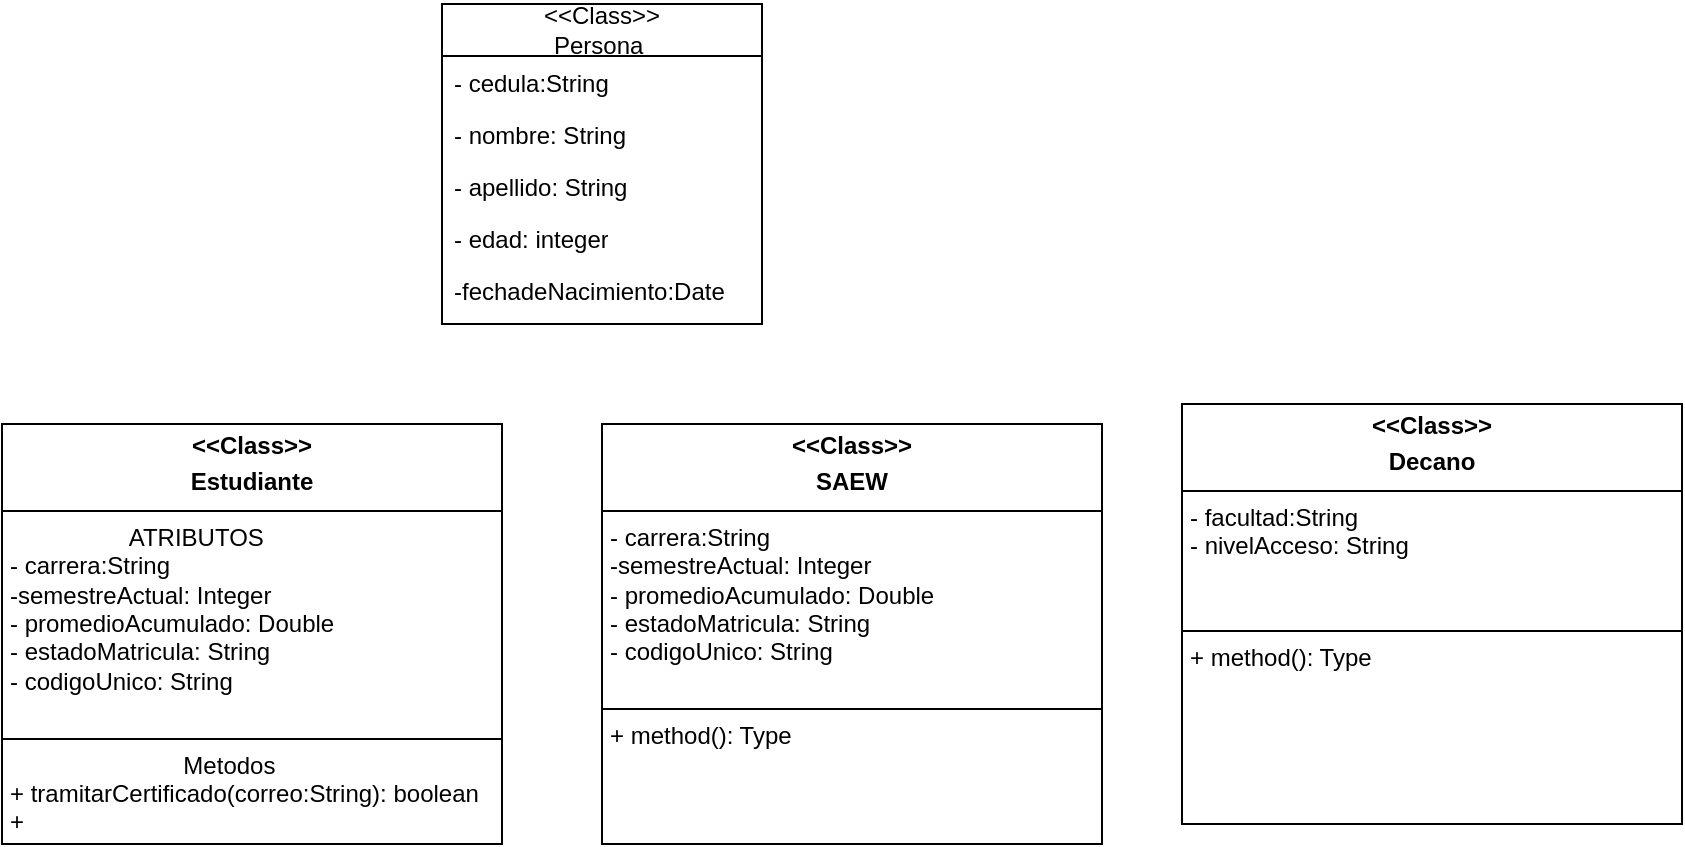
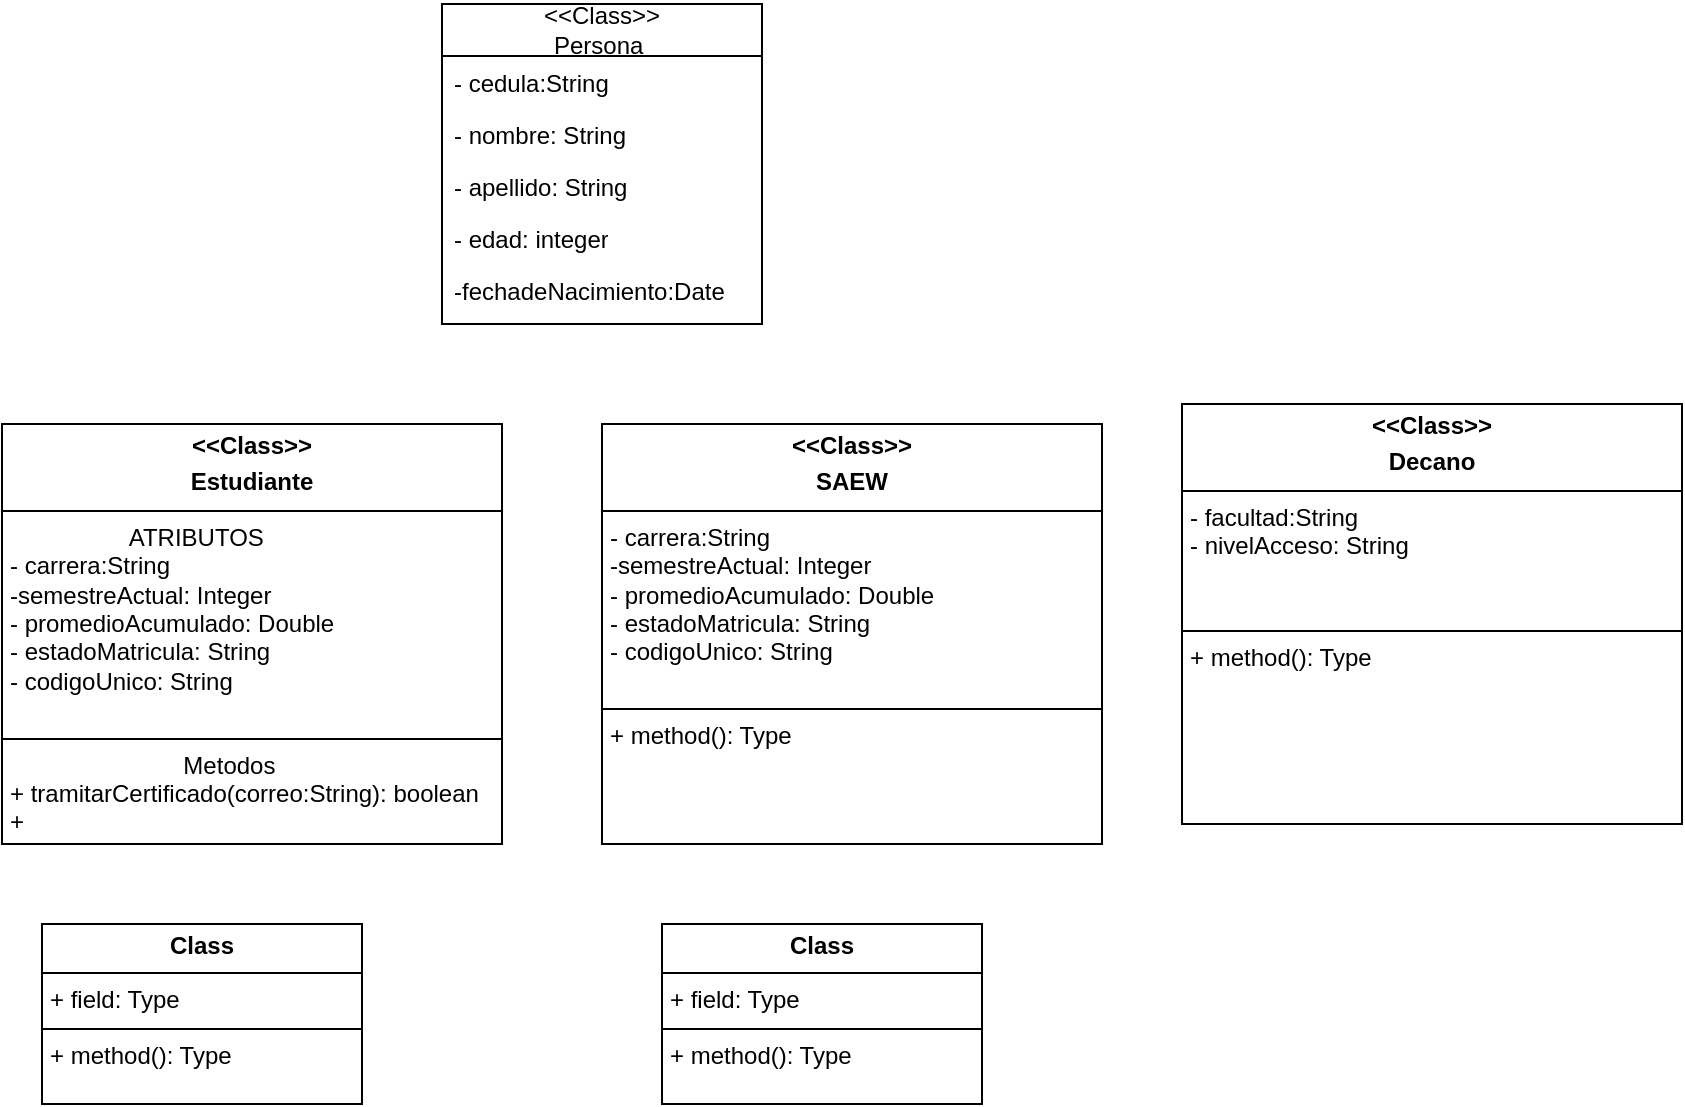
<mxfile host="65bd71144e">
    <diagram id="fWbDRMDBHh-E0PGJalJB" name="Page-1">
-         <mxGraphModel dx="1465" dy="467" grid="1" gridSize="10" guides="1" tooltips="1" connect="1" arrows="1" fold="1" page="1" pageScale="1" pageWidth="850" pageHeight="1100" math="0" shadow="0">
+         <mxGraphModel dx="1953" dy="667" grid="1" gridSize="10" guides="1" tooltips="1" connect="1" arrows="1" fold="1" page="1" pageScale="1" pageWidth="850" pageHeight="1100" math="0" shadow="0">
            <root>
                <mxCell id="0"/>
                <mxCell id="1" parent="0"/>
-                 <mxCell id="2" value="&amp;lt;&amp;lt;Class&amp;gt;&amp;gt;&lt;div&gt;Persona&amp;nbsp;&lt;/div&gt;" style="swimlane;fontStyle=0;childLayout=stackLayout;horizontal=1;startSize=26;fillColor=none;horizontalStack=0;resizeParent=1;resizeParentMax=0;resizeLast=0;collapsible=1;marginBottom=0;whiteSpace=wrap;html=1;" vertex="1" parent="1">
+                 <mxCell id="2" value="&amp;lt;&amp;lt;Class&amp;gt;&amp;gt;&lt;div&gt;Persona&amp;nbsp;&lt;/div&gt;" style="swimlane;fontStyle=0;childLayout=stackLayout;horizontal=1;startSize=26;fillColor=none;horizontalStack=0;resizeParent=1;resizeParentMax=0;resizeLast=0;collapsible=1;marginBottom=0;whiteSpace=wrap;html=1;" parent="1" vertex="1">
                    <mxGeometry x="190" y="110" width="160" height="160" as="geometry"/>
                </mxCell>
-                 <mxCell id="3" value="- cedula:String" style="text;strokeColor=none;fillColor=none;align=left;verticalAlign=top;spacingLeft=4;spacingRight=4;overflow=hidden;rotatable=0;points=[[0,0.5],[1,0.5]];portConstraint=eastwest;whiteSpace=wrap;html=1;" vertex="1" parent="2">
+                 <mxCell id="3" value="- cedula:String" style="text;strokeColor=none;fillColor=none;align=left;verticalAlign=top;spacingLeft=4;spacingRight=4;overflow=hidden;rotatable=0;points=[[0,0.5],[1,0.5]];portConstraint=eastwest;whiteSpace=wrap;html=1;" parent="2" vertex="1">
                    <mxGeometry y="26" width="160" height="26" as="geometry"/>
                </mxCell>
-                 <mxCell id="7" value="- nombre: String" style="text;strokeColor=none;fillColor=none;align=left;verticalAlign=top;spacingLeft=4;spacingRight=4;overflow=hidden;rotatable=0;points=[[0,0.5],[1,0.5]];portConstraint=eastwest;whiteSpace=wrap;html=1;" vertex="1" parent="2">
+                 <mxCell id="7" value="- nombre: String" style="text;strokeColor=none;fillColor=none;align=left;verticalAlign=top;spacingLeft=4;spacingRight=4;overflow=hidden;rotatable=0;points=[[0,0.5],[1,0.5]];portConstraint=eastwest;whiteSpace=wrap;html=1;" parent="2" vertex="1">
                    <mxGeometry y="52" width="160" height="26" as="geometry"/>
                </mxCell>
-                 <mxCell id="6" value="- apellido: String" style="text;strokeColor=none;fillColor=none;align=left;verticalAlign=top;spacingLeft=4;spacingRight=4;overflow=hidden;rotatable=0;points=[[0,0.5],[1,0.5]];portConstraint=eastwest;whiteSpace=wrap;html=1;" vertex="1" parent="2">
+                 <mxCell id="6" value="- apellido: String" style="text;strokeColor=none;fillColor=none;align=left;verticalAlign=top;spacingLeft=4;spacingRight=4;overflow=hidden;rotatable=0;points=[[0,0.5],[1,0.5]];portConstraint=eastwest;whiteSpace=wrap;html=1;" parent="2" vertex="1">
                    <mxGeometry y="78" width="160" height="26" as="geometry"/>
                </mxCell>
-                 <mxCell id="5" value="- edad: integer" style="text;strokeColor=none;fillColor=none;align=left;verticalAlign=top;spacingLeft=4;spacingRight=4;overflow=hidden;rotatable=0;points=[[0,0.5],[1,0.5]];portConstraint=eastwest;whiteSpace=wrap;html=1;" vertex="1" parent="2">
+                 <mxCell id="5" value="- edad: integer" style="text;strokeColor=none;fillColor=none;align=left;verticalAlign=top;spacingLeft=4;spacingRight=4;overflow=hidden;rotatable=0;points=[[0,0.5],[1,0.5]];portConstraint=eastwest;whiteSpace=wrap;html=1;" parent="2" vertex="1">
                    <mxGeometry y="104" width="160" height="26" as="geometry"/>
                </mxCell>
-                 <mxCell id="4" value="-fechadeNacimiento:Date" style="text;strokeColor=none;fillColor=none;align=left;verticalAlign=top;spacingLeft=4;spacingRight=4;overflow=hidden;rotatable=0;points=[[0,0.5],[1,0.5]];portConstraint=eastwest;whiteSpace=wrap;html=1;" vertex="1" parent="2">
+                 <mxCell id="4" value="-fechadeNacimiento:Date" style="text;strokeColor=none;fillColor=none;align=left;verticalAlign=top;spacingLeft=4;spacingRight=4;overflow=hidden;rotatable=0;points=[[0,0.5],[1,0.5]];portConstraint=eastwest;whiteSpace=wrap;html=1;" parent="2" vertex="1">
                    <mxGeometry y="130" width="160" height="30" as="geometry"/>
                </mxCell>
-                 <mxCell id="10" value="&lt;p style=&quot;margin:0px;margin-top:4px;text-align:center;&quot;&gt;&lt;b&gt;&amp;lt;&amp;lt;Class&amp;gt;&amp;gt;&lt;/b&gt;&lt;/p&gt;&lt;p style=&quot;margin:0px;margin-top:4px;text-align:center;&quot;&gt;&lt;b&gt;Estudiante&lt;/b&gt;&lt;/p&gt;&lt;hr size=&quot;1&quot; style=&quot;border-style:solid;&quot;&gt;&lt;p style=&quot;text-align: justify; margin: 0px 0px 0px 4px;&quot;&gt;&amp;nbsp; &amp;nbsp; &amp;nbsp; &amp;nbsp; &amp;nbsp; &amp;nbsp; &amp;nbsp; &amp;nbsp; &amp;nbsp; ATRIBUTOS&lt;/p&gt;&lt;p style=&quot;text-align: justify; margin: 0px 0px 0px 4px;&quot;&gt;- carrera:String&amp;nbsp;&lt;/p&gt;&lt;p style=&quot;margin:0px;margin-left:4px;&quot;&gt;-semestreActual: Integer&lt;/p&gt;&lt;p style=&quot;margin:0px;margin-left:4px;&quot;&gt;- promedioAcumulado: Double&lt;/p&gt;&lt;p style=&quot;margin:0px;margin-left:4px;&quot;&gt;- estadoMatricula: String&lt;/p&gt;&lt;p style=&quot;margin:0px;margin-left:4px;&quot;&gt;- codigoUnico: String&lt;/p&gt;&lt;p style=&quot;margin:0px;margin-left:4px;&quot;&gt;&lt;br&gt;&lt;/p&gt;&lt;hr size=&quot;1&quot; style=&quot;border-style:solid;&quot;&gt;&lt;p style=&quot;margin:0px;margin-left:4px;&quot;&gt;&amp;nbsp; &amp;nbsp; &amp;nbsp; &amp;nbsp; &amp;nbsp; &amp;nbsp; &amp;nbsp; &amp;nbsp; &amp;nbsp; &amp;nbsp; &amp;nbsp; &amp;nbsp; &amp;nbsp; Metodos&lt;/p&gt;&lt;p style=&quot;margin:0px;margin-left:4px;&quot;&gt;+ tramitarCertificado(correo:String): boolean&lt;/p&gt;&lt;p style=&quot;margin:0px;margin-left:4px;&quot;&gt;+&amp;nbsp;&lt;/p&gt;" style="verticalAlign=top;align=left;overflow=fill;html=1;whiteSpace=wrap;" vertex="1" parent="1">
+                 <mxCell id="10" value="&lt;p style=&quot;margin:0px;margin-top:4px;text-align:center;&quot;&gt;&lt;b&gt;&amp;lt;&amp;lt;Class&amp;gt;&amp;gt;&lt;/b&gt;&lt;/p&gt;&lt;p style=&quot;margin:0px;margin-top:4px;text-align:center;&quot;&gt;&lt;b&gt;Estudiante&lt;/b&gt;&lt;/p&gt;&lt;hr size=&quot;1&quot; style=&quot;border-style:solid;&quot;&gt;&lt;p style=&quot;text-align: justify; margin: 0px 0px 0px 4px;&quot;&gt;&amp;nbsp; &amp;nbsp; &amp;nbsp; &amp;nbsp; &amp;nbsp; &amp;nbsp; &amp;nbsp; &amp;nbsp; &amp;nbsp; ATRIBUTOS&lt;/p&gt;&lt;p style=&quot;text-align: justify; margin: 0px 0px 0px 4px;&quot;&gt;- carrera:String&amp;nbsp;&lt;/p&gt;&lt;p style=&quot;margin:0px;margin-left:4px;&quot;&gt;-semestreActual: Integer&lt;/p&gt;&lt;p style=&quot;margin:0px;margin-left:4px;&quot;&gt;- promedioAcumulado: Double&lt;/p&gt;&lt;p style=&quot;margin:0px;margin-left:4px;&quot;&gt;- estadoMatricula: String&lt;/p&gt;&lt;p style=&quot;margin:0px;margin-left:4px;&quot;&gt;- codigoUnico: String&lt;/p&gt;&lt;p style=&quot;margin:0px;margin-left:4px;&quot;&gt;&lt;br&gt;&lt;/p&gt;&lt;hr size=&quot;1&quot; style=&quot;border-style:solid;&quot;&gt;&lt;p style=&quot;margin:0px;margin-left:4px;&quot;&gt;&amp;nbsp; &amp;nbsp; &amp;nbsp; &amp;nbsp; &amp;nbsp; &amp;nbsp; &amp;nbsp; &amp;nbsp; &amp;nbsp; &amp;nbsp; &amp;nbsp; &amp;nbsp; &amp;nbsp; Metodos&lt;/p&gt;&lt;p style=&quot;margin:0px;margin-left:4px;&quot;&gt;+ tramitarCertificado(correo:String): boolean&lt;/p&gt;&lt;p style=&quot;margin:0px;margin-left:4px;&quot;&gt;+&amp;nbsp;&lt;/p&gt;" style="verticalAlign=top;align=left;overflow=fill;html=1;whiteSpace=wrap;" parent="1" vertex="1">
                    <mxGeometry x="-30" y="320" width="250" height="210" as="geometry"/>
                </mxCell>
-                 <mxCell id="13" value="&lt;p style=&quot;margin:0px;margin-top:4px;text-align:center;&quot;&gt;&lt;b&gt;&amp;lt;&amp;lt;Class&amp;gt;&amp;gt;&lt;/b&gt;&lt;/p&gt;&lt;p style=&quot;margin:0px;margin-top:4px;text-align:center;&quot;&gt;&lt;b&gt;SAEW&lt;/b&gt;&lt;/p&gt;&lt;hr size=&quot;1&quot; style=&quot;border-style:solid;&quot;&gt;&lt;p style=&quot;margin:0px;margin-left:4px;&quot;&gt;- carrera:String&amp;nbsp;&lt;/p&gt;&lt;p style=&quot;margin:0px;margin-left:4px;&quot;&gt;-semestreActual: Integer&lt;/p&gt;&lt;p style=&quot;margin:0px;margin-left:4px;&quot;&gt;- promedioAcumulado: Double&lt;/p&gt;&lt;p style=&quot;margin:0px;margin-left:4px;&quot;&gt;- estadoMatricula: String&lt;/p&gt;&lt;p style=&quot;margin:0px;margin-left:4px;&quot;&gt;- codigoUnico: String&lt;/p&gt;&lt;p style=&quot;margin:0px;margin-left:4px;&quot;&gt;&lt;br&gt;&lt;/p&gt;&lt;hr size=&quot;1&quot; style=&quot;border-style:solid;&quot;&gt;&lt;p style=&quot;margin:0px;margin-left:4px;&quot;&gt;+ method(): Type&lt;/p&gt;" style="verticalAlign=top;align=left;overflow=fill;html=1;whiteSpace=wrap;" vertex="1" parent="1">
+                 <mxCell id="13" value="&lt;p style=&quot;margin:0px;margin-top:4px;text-align:center;&quot;&gt;&lt;b&gt;&amp;lt;&amp;lt;Class&amp;gt;&amp;gt;&lt;/b&gt;&lt;/p&gt;&lt;p style=&quot;margin:0px;margin-top:4px;text-align:center;&quot;&gt;&lt;b&gt;SAEW&lt;/b&gt;&lt;/p&gt;&lt;hr size=&quot;1&quot; style=&quot;border-style:solid;&quot;&gt;&lt;p style=&quot;margin:0px;margin-left:4px;&quot;&gt;- carrera:String&amp;nbsp;&lt;/p&gt;&lt;p style=&quot;margin:0px;margin-left:4px;&quot;&gt;-semestreActual: Integer&lt;/p&gt;&lt;p style=&quot;margin:0px;margin-left:4px;&quot;&gt;- promedioAcumulado: Double&lt;/p&gt;&lt;p style=&quot;margin:0px;margin-left:4px;&quot;&gt;- estadoMatricula: String&lt;/p&gt;&lt;p style=&quot;margin:0px;margin-left:4px;&quot;&gt;- codigoUnico: String&lt;/p&gt;&lt;p style=&quot;margin:0px;margin-left:4px;&quot;&gt;&lt;br&gt;&lt;/p&gt;&lt;hr size=&quot;1&quot; style=&quot;border-style:solid;&quot;&gt;&lt;p style=&quot;margin:0px;margin-left:4px;&quot;&gt;+ method(): Type&lt;/p&gt;" style="verticalAlign=top;align=left;overflow=fill;html=1;whiteSpace=wrap;" parent="1" vertex="1">
                    <mxGeometry x="270" y="320" width="250" height="210" as="geometry"/>
                </mxCell>
-                 <mxCell id="14" value="&lt;p style=&quot;margin:0px;margin-top:4px;text-align:center;&quot;&gt;&lt;b&gt;&amp;lt;&amp;lt;Class&amp;gt;&amp;gt;&lt;/b&gt;&lt;/p&gt;&lt;p style=&quot;margin:0px;margin-top:4px;text-align:center;&quot;&gt;&lt;b&gt;Decano&lt;/b&gt;&lt;/p&gt;&lt;hr size=&quot;1&quot; style=&quot;border-style:solid;&quot;&gt;&lt;p style=&quot;margin:0px;margin-left:4px;&quot;&gt;- facultad:String&amp;nbsp;&lt;/p&gt;&lt;p style=&quot;margin:0px;margin-left:4px;&quot;&gt;- nivelAcceso: String&lt;/p&gt;&lt;p style=&quot;margin:0px;margin-left:4px;&quot;&gt;&lt;br&gt;&lt;/p&gt;&lt;p style=&quot;margin:0px;margin-left:4px;&quot;&gt;&lt;br&gt;&lt;/p&gt;&lt;hr size=&quot;1&quot; style=&quot;border-style:solid;&quot;&gt;&lt;p style=&quot;margin:0px;margin-left:4px;&quot;&gt;+ method(): Type&lt;/p&gt;" style="verticalAlign=top;align=left;overflow=fill;html=1;whiteSpace=wrap;" vertex="1" parent="1">
+                 <mxCell id="14" value="&lt;p style=&quot;margin:0px;margin-top:4px;text-align:center;&quot;&gt;&lt;b&gt;&amp;lt;&amp;lt;Class&amp;gt;&amp;gt;&lt;/b&gt;&lt;/p&gt;&lt;p style=&quot;margin:0px;margin-top:4px;text-align:center;&quot;&gt;&lt;b&gt;Decano&lt;/b&gt;&lt;/p&gt;&lt;hr size=&quot;1&quot; style=&quot;border-style:solid;&quot;&gt;&lt;p style=&quot;margin:0px;margin-left:4px;&quot;&gt;- facultad:String&amp;nbsp;&lt;/p&gt;&lt;p style=&quot;margin:0px;margin-left:4px;&quot;&gt;- nivelAcceso: String&lt;/p&gt;&lt;p style=&quot;margin:0px;margin-left:4px;&quot;&gt;&lt;br&gt;&lt;/p&gt;&lt;p style=&quot;margin:0px;margin-left:4px;&quot;&gt;&lt;br&gt;&lt;/p&gt;&lt;hr size=&quot;1&quot; style=&quot;border-style:solid;&quot;&gt;&lt;p style=&quot;margin:0px;margin-left:4px;&quot;&gt;+ method(): Type&lt;/p&gt;" style="verticalAlign=top;align=left;overflow=fill;html=1;whiteSpace=wrap;" parent="1" vertex="1">
                    <mxGeometry x="560" y="310" width="250" height="210" as="geometry"/>
+                 </mxCell>
+                 <mxCell id="15" value="&lt;p style=&quot;margin:0px;margin-top:4px;text-align:center;&quot;&gt;&lt;b&gt;Class&lt;/b&gt;&lt;/p&gt;&lt;hr size=&quot;1&quot; style=&quot;border-style:solid;&quot;/&gt;&lt;p style=&quot;margin:0px;margin-left:4px;&quot;&gt;+ field: Type&lt;/p&gt;&lt;hr size=&quot;1&quot; style=&quot;border-style:solid;&quot;/&gt;&lt;p style=&quot;margin:0px;margin-left:4px;&quot;&gt;+ method(): Type&lt;/p&gt;" style="verticalAlign=top;align=left;overflow=fill;html=1;whiteSpace=wrap;" vertex="1" parent="1">
+                     <mxGeometry x="-10" y="570" width="160" height="90" as="geometry"/>
+                 </mxCell>
+                 <mxCell id="16" value="&lt;p style=&quot;margin:0px;margin-top:4px;text-align:center;&quot;&gt;&lt;b&gt;Class&lt;/b&gt;&lt;/p&gt;&lt;hr size=&quot;1&quot; style=&quot;border-style:solid;&quot;/&gt;&lt;p style=&quot;margin:0px;margin-left:4px;&quot;&gt;+ field: Type&lt;/p&gt;&lt;hr size=&quot;1&quot; style=&quot;border-style:solid;&quot;/&gt;&lt;p style=&quot;margin:0px;margin-left:4px;&quot;&gt;+ method(): Type&lt;/p&gt;" style="verticalAlign=top;align=left;overflow=fill;html=1;whiteSpace=wrap;" vertex="1" parent="1">
+                     <mxGeometry x="300" y="570" width="160" height="90" as="geometry"/>
                </mxCell>
            </root>
        </mxGraphModel>
    </diagram>
</mxfile>